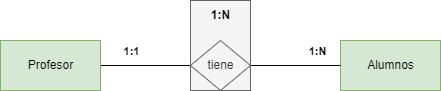
ManuelsDAM/base-datos keeps this draw.io diagram as tareas/unidad-2/tarea-1/imágenes/ejercicio1.drawio.png. Above is the earlier version. Source tidied: cells renumbered, new cells last; positions are measured from the earlier drawing's top-left corner, leaving out a move shared by most shapes.
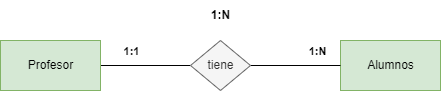
Above is the later version.

The edit, as a diff of the source:
```diff
@@ -24,13 +24,13 @@
         <mxPoint y="-16" as="offset" />
       </mxGeometry>
     </mxCell>
-    <mxCell id="8" style="group;fillColor=#f5f5f5;fontColor=#333333;strokeColor=#666666;" parent="1" vertex="1">
+    <mxCell id="8" style="group;" parent="1" vertex="1">
       <mxGeometry x="190" width="60" height="90" as="geometry" />
     </mxCell>
     <mxCell id="9" value="tiene" style="shape=rhombus;html=1;dashed=0;whitespace=wrap;perimeter=rhombusPerimeter;fillColor=#f5f5f5;strokeColor=#666666;fontColor=#333333;" parent="8" vertex="1">
       <mxGeometry y="40" width="60" height="50" as="geometry" />
     </mxCell>
-    <mxCell id="10" value="&lt;b&gt;1:N&lt;/b&gt;" style="text;html=1;align=center;verticalAlign=middle;strokeColor=none;fillColor=none;" parent="8" vertex="1">
+    <mxCell id="10" value="&lt;b&gt;1:N&lt;/b&gt;" style="text;html=1;align=center;verticalAlign=middle;" parent="8" vertex="1">
       <mxGeometry x="10" width="40" height="30" as="geometry" />
     </mxCell>
   </root>
```
